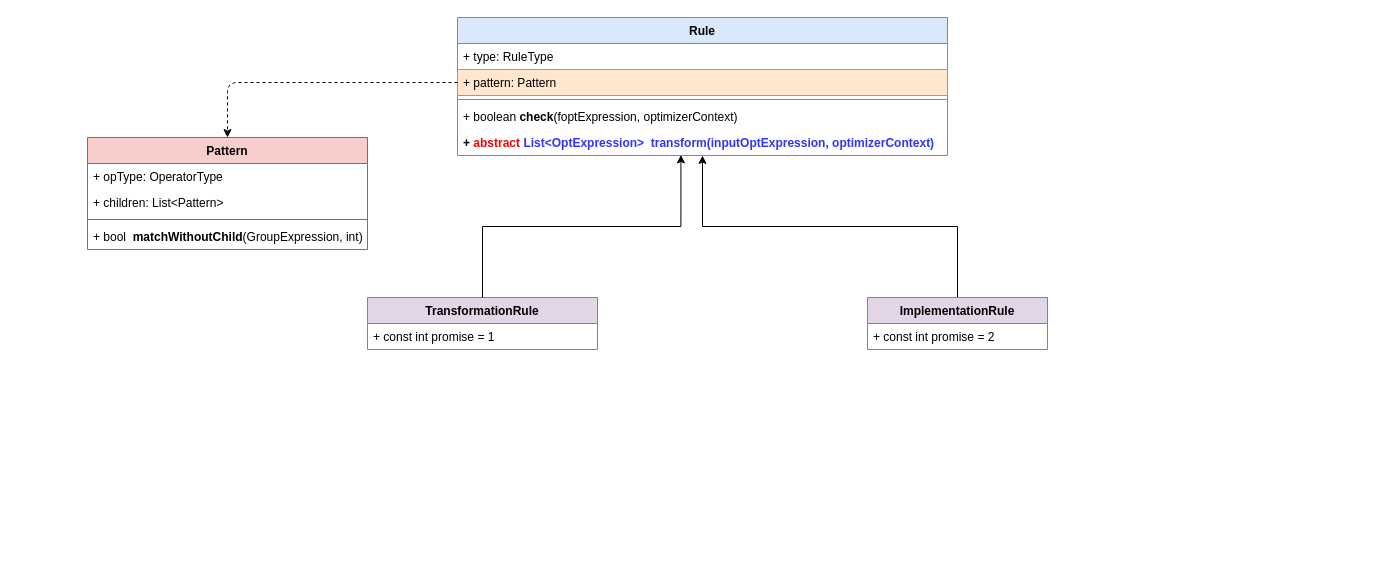
This is StarRocks/CBO/Rule.drawio from szza/szza.github.io.images, a draw.io file, before an edit. Source tidied: cells renumbered, new cells numbered last; positions are measured from the earlier drawing's top-left corner, leaving out a move shared by most shapes. Both pictures are drawn from the tidied source at 100%, with x=0, y=0 at pixel (87, 17).
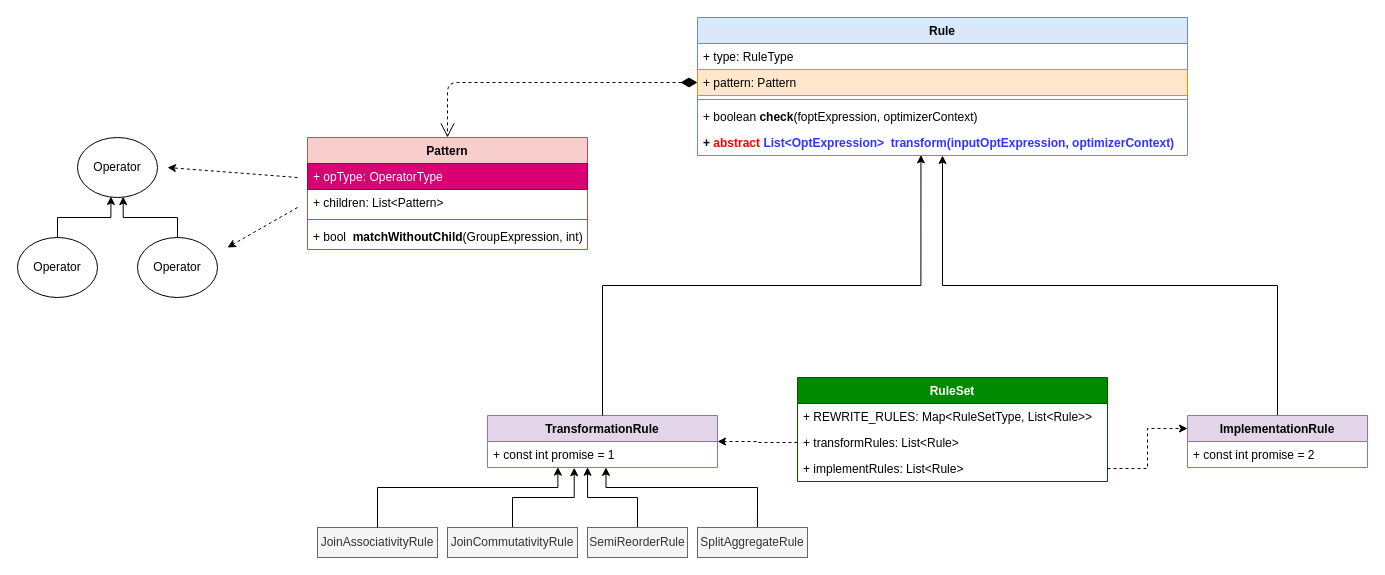
The same page after the edit.

The change refers to these unchanged cells:
```xml
<mxCell id="4" value="+&amp;nbsp;pattern&lt;span style=&quot;background-color: initial;&quot;&gt;:&amp;nbsp;Pattern&lt;/span&gt;" style="text;strokeColor=#d79b00;fillColor=#ffe6cc;align=left;verticalAlign=top;spacingLeft=4;spacingRight=4;overflow=hidden;points=[[0,0.5],[1,0.5]];portConstraint=eastwest;whiteSpace=wrap;html=1;" parent="2" vertex="1">
  <mxGeometry y="52" width="490" height="26" as="geometry" />
</mxCell>
<mxCell id="15" value="+ const int promise = 1" style="text;align=left;verticalAlign=top;spacingLeft=4;spacingRight=4;overflow=hidden;points=[[0,0.5],[1,0.5]];portConstraint=eastwest;whiteSpace=wrap;html=1;" parent="14" vertex="1">
  <mxGeometry y="26" width="230" height="26" as="geometry" />
</mxCell>
```

The edit, as a diff of the source:
```diff
@@
     <mxCell id="2" value="Rule" style="swimlane;fontStyle=1;align=center;verticalAlign=top;horizontal=1;startSize=26;whiteSpace=wrap;html=1;fillColor=#dae8fc;strokeColor=#6c8ebf;" parent="1" vertex="1">
-      <mxGeometry x="370" width="490" height="138" as="geometry" />
+      <mxGeometry x="610" width="490" height="138" as="geometry" />
     </mxCell>
@@
     <mxCell id="8" value="Pattern" style="swimlane;fontStyle=1;align=center;verticalAlign=top;horizontal=1;startSize=26;whiteSpace=wrap;html=1;fillColor=#f8cecc;strokeColor=#b85450;" parent="1" vertex="1">
-      <mxGeometry y="120" width="280" height="112" as="geometry" />
+      <mxGeometry x="220" y="120" width="280" height="112" as="geometry" />
     </mxCell>
-    <mxCell id="9" value="+&amp;nbsp;opType&lt;span style=&quot;background-color: initial;&quot;&gt;:&amp;nbsp;&lt;/span&gt;&lt;span style=&quot;background-color: initial;&quot;&gt;OperatorType&lt;/span&gt;" style="text;strokeColor=none;fillColor=none;align=left;verticalAlign=top;spacingLeft=4;spacingRight=4;overflow=hidden;whiteSpace=wrap;html=1;" parent="8" vertex="1">
+    <mxCell id="9" value="+&amp;nbsp;opType&lt;span style=&quot;background-color: initial;&quot;&gt;:&amp;nbsp;&lt;/span&gt;&lt;span style=&quot;background-color: initial;&quot;&gt;OperatorType&lt;/span&gt;" style="text;strokeColor=#A50040;fillColor=#d80073;align=left;verticalAlign=top;spacingLeft=4;spacingRight=4;overflow=hidden;whiteSpace=wrap;html=1;fontColor=#ffffff;" parent="8" vertex="1">
       <mxGeometry y="26" width="280" height="26" as="geometry" />
     </mxCell>
@@
-    <mxCell id="13" style="edgeStyle=orthogonalEdgeStyle;rounded=1;jettySize=auto;html=1;exitX=0;exitY=0.5;exitDx=0;exitDy=0;dashed=1;" parent="1" edge="1" source="4" target="8">
-      <mxGeometry relative="1" as="geometry" />
-    </mxCell>
     <mxCell id="14" value="TransformationRule" style="swimlane;fontStyle=1;align=center;verticalAlign=top;horizontal=1;startSize=26;whiteSpace=wrap;html=1;fillColor=#e1d5e7;strokeColor=#9673a6;" parent="1" vertex="1">
-      <mxGeometry x="280" y="280" width="230" height="52" as="geometry" />
+      <mxGeometry x="400" y="398" width="230" height="52" as="geometry" />
     </mxCell>
@@
     <mxCell id="17" value="ImplementationRule" style="swimlane;fontStyle=1;align=center;verticalAlign=top;horizontal=1;startSize=26;whiteSpace=wrap;html=1;fillColor=#e1d5e7;strokeColor=#9673a6;" parent="1" vertex="1">
-      <mxGeometry x="780" y="280" width="180" height="52" as="geometry" />
+      <mxGeometry x="1100" y="398" width="180" height="52" as="geometry" />
     </mxCell>
@@
+    <mxCell id="20" value="RuleSet" style="swimlane;fontStyle=1;align=center;verticalAlign=top;horizontal=1;startSize=26;whiteSpace=wrap;html=1;fillColor=#008a00;fontColor=#ffffff;strokeColor=#005700;" parent="1" vertex="1">
+      <mxGeometry x="710" y="360" width="310" height="104" as="geometry" />
+    </mxCell>
+    <mxCell id="21" value="+&amp;nbsp;REWRITE_RULES&lt;span style=&quot;background-color: initial;&quot;&gt;: Map&amp;lt;RuleSetType, List&amp;lt;Rule&amp;gt;&amp;gt;&lt;/span&gt;" style="text;strokeColor=none;fillColor=none;align=left;verticalAlign=top;spacingLeft=4;spacingRight=4;overflow=hidden;whiteSpace=wrap;html=1;" parent="20" vertex="1">
+      <mxGeometry y="26" width="310" height="26" as="geometry" />
+    </mxCell>
+    <mxCell id="22" value="+&amp;nbsp;transformRules&lt;span style=&quot;background-color: initial;&quot;&gt;: List&amp;lt;Rule&amp;gt;&lt;/span&gt;" style="text;strokeColor=none;fillColor=none;align=left;verticalAlign=top;spacingLeft=4;spacingRight=4;overflow=hidden;points=[[0,0.5],[1,0.5]];portConstraint=eastwest;whiteSpace=wrap;html=1;" parent="20" vertex="1">
+      <mxGeometry y="52" width="310" height="26" as="geometry" />
+    </mxCell>
+    <mxCell id="23" value="+&amp;nbsp;implementRules&lt;span style=&quot;background-color: initial;&quot;&gt;: List&amp;lt;Rule&amp;gt;&lt;/span&gt;" style="text;strokeColor=none;fillColor=none;align=left;verticalAlign=top;spacingLeft=4;spacingRight=4;overflow=hidden;points=[[0,0.5],[1,0.5]];portConstraint=eastwest;whiteSpace=wrap;html=1;" parent="20" vertex="1">
+      <mxGeometry y="78" width="310" height="26" as="geometry" />
+    </mxCell>
+    <mxCell id="24" style="edgeStyle=orthogonalEdgeStyle;rounded=0;jettySize=auto;html=1;exitX=1;exitY=0.5;exitDx=0;exitDy=0;entryX=0;entryY=0.25;entryDx=0;entryDy=0;dashed=1;" parent="1" edge="1" source="23" target="17">
+      <mxGeometry relative="1" as="geometry" />
+    </mxCell>
+    <mxCell id="25" style="edgeStyle=orthogonalEdgeStyle;rounded=0;jettySize=auto;html=1;exitX=0;exitY=0.5;exitDx=0;exitDy=0;entryX=1;entryY=0.5;entryDx=0;entryDy=0;dashed=1;" parent="1" edge="1" source="22" target="14">
+      <mxGeometry relative="1" as="geometry" />
+    </mxCell>
+    <mxCell id="13" style="endArrow=open;html=1;endSize=12;startArrow=diamondThin;startSize=14;startFill=1;edgeStyle=orthogonalEdgeStyle;align=left;verticalAlign=bottom;rounded=1;entryX=0.5;entryY=0;entryDx=0;entryDy=0;exitX=0;exitY=0.5;exitDx=0;exitDy=0;dashed=1;" parent="1" edge="1" source="4" target="8">
+      <mxGeometry x="-1" y="3" relative="1" as="geometry" />
+    </mxCell>
+    <mxCell id="26" value="Operator" style="ellipse;whiteSpace=wrap;html=1;" parent="1" vertex="1">
+      <mxGeometry x="-10" y="120" width="80" height="60" as="geometry" />
+    </mxCell>
+    <mxCell id="27" value="Operator" style="ellipse;whiteSpace=wrap;html=1;" parent="1" vertex="1">
+      <mxGeometry x="-70" y="220" width="80" height="60" as="geometry" />
+    </mxCell>
+    <mxCell id="28" value="Operator" style="ellipse;whiteSpace=wrap;html=1;" parent="1" vertex="1">
+      <mxGeometry x="50" y="220" width="80" height="60" as="geometry" />
+    </mxCell>
+    <mxCell id="29" style="edgeStyle=orthogonalEdgeStyle;rounded=0;jettySize=auto;html=1;exitX=0.5;exitY=0;exitDx=0;exitDy=0;entryX=0.418;entryY=0.983;entryDx=0;entryDy=0;entryPerimeter=0;" parent="1" edge="1" source="27" target="26">
+      <mxGeometry relative="1" as="geometry" />
+    </mxCell>
+    <mxCell id="30" style="edgeStyle=orthogonalEdgeStyle;rounded=0;jettySize=auto;html=1;exitX=0.5;exitY=0;exitDx=0;exitDy=0;entryX=0.571;entryY=0.985;entryDx=0;entryDy=0;entryPerimeter=0;" parent="1" edge="1" source="28" target="26">
+      <mxGeometry relative="1" as="geometry" />
+    </mxCell>
+    <mxCell id="31" style="endArrow=classic;html=1;rounded=0;dashed=1;" parent="1" edge="1">
+      <mxGeometry relative="1" as="geometry">
+        <mxPoint x="210" y="160" as="sourcePoint" />
+        <mxPoint x="80" y="150" as="targetPoint" />
+      </mxGeometry>
+    </mxCell>
+    <mxCell id="32" style="endArrow=classic;html=1;rounded=0;dashed=1;" parent="1" edge="1">
+      <mxGeometry relative="1" as="geometry">
+        <mxPoint x="210" y="190" as="sourcePoint" />
+        <mxPoint x="140" y="230" as="targetPoint" />
+      </mxGeometry>
+    </mxCell>
+    <mxCell id="33" value="&lt;span style=&quot;background-color: initial;&quot;&gt;JoinAssociativityRule&lt;/span&gt;" style="html=1;whiteSpace=wrap;align=center;fillColor=#f5f5f5;fontColor=#333333;strokeColor=#666666;" parent="1" vertex="1">
+      <mxGeometry x="230" y="510" width="120" height="30" as="geometry" />
+    </mxCell>
+    <mxCell id="34" style="edgeStyle=orthogonalEdgeStyle;rounded=0;jettySize=auto;html=1;exitX=0.5;exitY=0;exitDx=0;exitDy=0;entryX=0.306;entryY=0.985;entryDx=0;entryDy=0;entryPerimeter=0;" parent="1" edge="1" source="33" target="15">
+      <mxGeometry relative="1" as="geometry">
+        <Array as="points">
+          <mxPoint x="290" y="470" />
+          <mxPoint x="470" y="470" />
+        </Array>
+      </mxGeometry>
+    </mxCell>
+    <mxCell id="35" style="edgeStyle=orthogonalEdgeStyle;rounded=0;jettySize=auto;html=1;entryX=0.377;entryY=1.009;entryDx=0;entryDy=0;entryPerimeter=0;" parent="1" edge="1" source="38" target="15">
+      <mxGeometry relative="1" as="geometry" />
+    </mxCell>
+    <mxCell id="36" style="edgeStyle=orthogonalEdgeStyle;rounded=0;jettySize=auto;html=1;exitX=0.5;exitY=0;exitDx=0;exitDy=0;entryX=0.435;entryY=0.991;entryDx=0;entryDy=0;entryPerimeter=0;" parent="1" edge="1" source="39" target="15">
+      <mxGeometry relative="1" as="geometry" />
+    </mxCell>
+    <mxCell id="37" style="edgeStyle=orthogonalEdgeStyle;rounded=0;jettySize=auto;html=1;exitX=0.545;exitY=0;exitDx=0;exitDy=0;entryX=0.515;entryY=0.995;entryDx=0;entryDy=0;entryPerimeter=0;exitPerimeter=0;" parent="1" edge="1" source="40" target="15">
+      <mxGeometry relative="1" as="geometry">
+        <Array as="points">
+          <mxPoint x="670" y="470" />
+          <mxPoint x="519" y="470" />
+        </Array>
+      </mxGeometry>
+    </mxCell>
+    <mxCell id="38" value="JoinCommutativity&lt;span style=&quot;background-color: initial;&quot;&gt;Rule&lt;/span&gt;" style="html=1;whiteSpace=wrap;align=center;fillColor=#f5f5f5;fontColor=#333333;strokeColor=#666666;" parent="1" vertex="1">
+      <mxGeometry x="360" y="510" width="130" height="30" as="geometry" />
+    </mxCell>
+    <mxCell id="39" value="SemiReorder&lt;span style=&quot;background-color: initial;&quot;&gt;Rule&lt;/span&gt;" style="html=1;whiteSpace=wrap;align=center;fillColor=#f5f5f5;fontColor=#333333;strokeColor=#666666;" parent="1" vertex="1">
+      <mxGeometry x="500" y="510" width="100" height="30" as="geometry" />
+    </mxCell>
+    <mxCell id="40" value="SplitAggregate&lt;span style=&quot;background-color: initial;&quot;&gt;Rule&lt;/span&gt;" style="html=1;whiteSpace=wrap;align=center;fillColor=#f5f5f5;fontColor=#333333;strokeColor=#666666;" parent="1" vertex="1">
+      <mxGeometry x="610" y="510" width="110" height="30" as="geometry" />
+    </mxCell>
```
